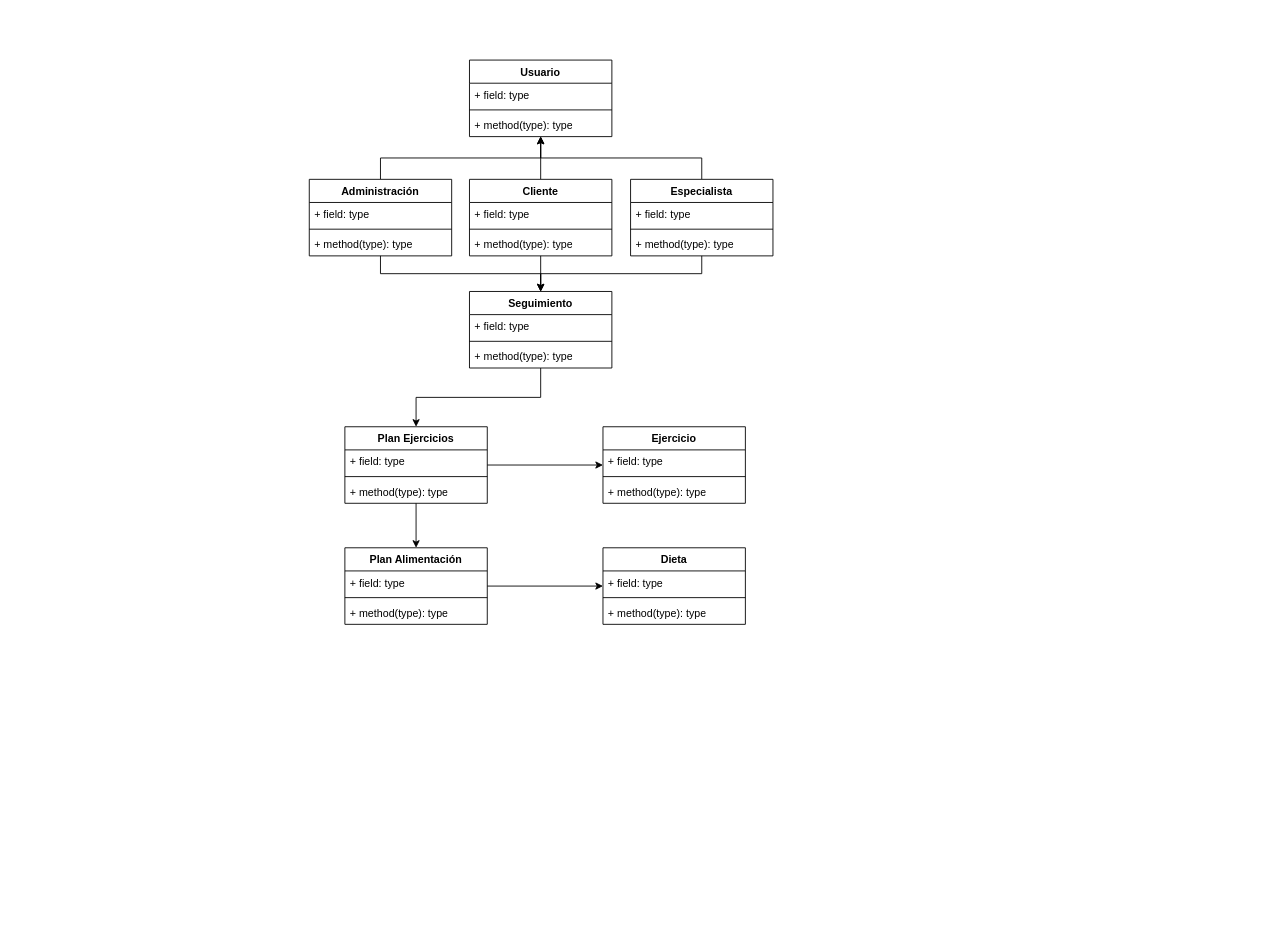
Above: Diagrama de clases.drawio in BrajovichFG/proyecto1 (draw.io), before the change. Source tidied: cells renumbered, new cells numbered last; positions are measured from the earlier drawing's top-left corner, leaving out a move shared by most shapes. Both pictures are drawn from the tidied source at 89%, with x=0, y=0 at pixel (309, 60).
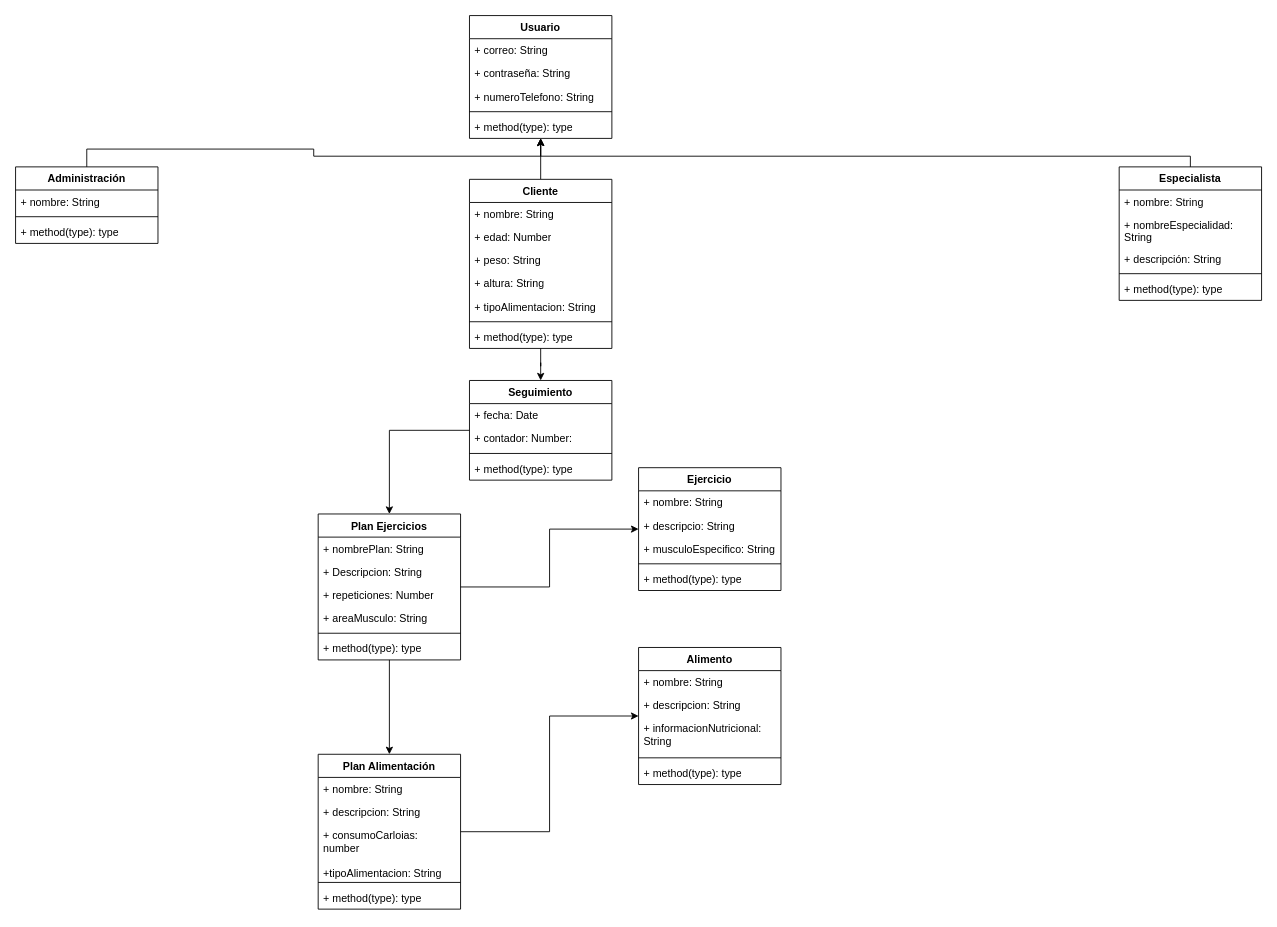
Above is the later version.

Diff of the diagram source:
```diff
@@
     <mxCell id="2" value="Usuario" style="swimlane;fontStyle=1;align=center;verticalAlign=top;horizontal=1;startSize=26;whiteSpace=wrap;html=1;" parent="1" vertex="1">
-      <mxGeometry x="180" width="160" height="86" as="geometry" />
+      <mxGeometry x="180" y="-50" width="160" height="138" as="geometry" />
     </mxCell>
-    <mxCell id="3" value="+ field: type" style="text;strokeColor=none;fillColor=none;align=left;verticalAlign=top;spacingLeft=4;spacingRight=4;overflow=hidden;whiteSpace=wrap;html=1;" parent="2" vertex="1">
+    <mxCell id="3" value="+ correo: String" style="text;strokeColor=none;fillColor=none;align=left;verticalAlign=top;spacingLeft=4;spacingRight=4;overflow=hidden;whiteSpace=wrap;html=1;" parent="2" vertex="1">
       <mxGeometry y="26" width="160" height="26" as="geometry" />
     </mxCell>
+    <mxCell id="48" value="+ contraseña: String" style="text;strokeColor=none;fillColor=none;align=left;verticalAlign=top;spacingLeft=4;spacingRight=4;overflow=hidden;whiteSpace=wrap;html=1;" parent="2" vertex="1">
+      <mxGeometry y="52" width="160" height="26" as="geometry" />
+    </mxCell>
+    <mxCell id="49" value="+ numeroTelefono: String" style="text;strokeColor=none;fillColor=none;align=left;verticalAlign=top;spacingLeft=4;spacingRight=4;overflow=hidden;whiteSpace=wrap;html=1;" parent="2" vertex="1">
+      <mxGeometry y="78" width="160" height="26" as="geometry" />
+    </mxCell>
     <mxCell id="4" style="line;strokeWidth=1;fillColor=none;align=left;verticalAlign=middle;spacingTop=-1;spacingLeft=3;spacingRight=3;labelPosition=right;strokeColor=inherit;" parent="2" vertex="1">
-      <mxGeometry y="52" width="160" height="8" as="geometry" />
+      <mxGeometry y="104" width="160" height="8" as="geometry" />
     </mxCell>
     <mxCell id="5" value="+ method(type): type" style="text;strokeColor=none;fillColor=none;align=left;verticalAlign=top;spacingLeft=4;spacingRight=4;overflow=hidden;whiteSpace=wrap;html=1;" parent="2" vertex="1">
-      <mxGeometry y="60" width="160" height="26" as="geometry" />
+      <mxGeometry y="112" width="160" height="26" as="geometry" />
     </mxCell>
@@
-    <mxCell id="7" style="edgeStyle=orthogonalEdgeStyle;rounded=0;jettySize=auto;html=1;entryX=0.5;entryY=0;entryDx=0;entryDy=0;" parent="1" edge="1" source="8" target="25">
-      <mxGeometry relative="1" as="geometry">
-        <Array as="points">
-          <mxPoint x="80" y="240" />
-          <mxPoint x="260" y="240" />
-        </Array>
-      </mxGeometry>
-    </mxCell>
     <mxCell id="8" value="Administración" style="swimlane;fontStyle=1;align=center;verticalAlign=top;horizontal=1;startSize=26;whiteSpace=wrap;html=1;" parent="1" vertex="1">
-      <mxGeometry y="134" width="160" height="86" as="geometry" />
+      <mxGeometry x="-330" y="120" width="160" height="86" as="geometry" />
     </mxCell>
-    <mxCell id="9" value="+ field: type" style="text;strokeColor=none;fillColor=none;align=left;verticalAlign=top;spacingLeft=4;spacingRight=4;overflow=hidden;whiteSpace=wrap;html=1;" parent="8" vertex="1">
+    <mxCell id="9" value="+ nombre: String" style="text;strokeColor=none;fillColor=none;align=left;verticalAlign=top;spacingLeft=4;spacingRight=4;overflow=hidden;whiteSpace=wrap;html=1;" parent="8" vertex="1">
       <mxGeometry y="26" width="160" height="26" as="geometry" />
     </mxCell>
@@
     <mxCell id="14" value="Cliente" style="swimlane;fontStyle=1;align=center;verticalAlign=top;horizontal=1;startSize=26;whiteSpace=wrap;html=1;" parent="1" vertex="1">
-      <mxGeometry x="180" y="134" width="160" height="86" as="geometry" />
+      <mxGeometry x="180" y="134" width="160" height="190" as="geometry" />
     </mxCell>
-    <mxCell id="15" value="+ field: type" style="text;strokeColor=none;fillColor=none;align=left;verticalAlign=top;spacingLeft=4;spacingRight=4;overflow=hidden;whiteSpace=wrap;html=1;" parent="14" vertex="1">
+    <mxCell id="15" value="+ nombre: String" style="text;strokeColor=none;fillColor=none;align=left;verticalAlign=top;spacingLeft=4;spacingRight=4;overflow=hidden;whiteSpace=wrap;html=1;" parent="14" vertex="1">
       <mxGeometry y="26" width="160" height="26" as="geometry" />
     </mxCell>
+    <mxCell id="50" value="+ edad: Number" style="text;strokeColor=none;fillColor=none;align=left;verticalAlign=top;spacingLeft=4;spacingRight=4;overflow=hidden;whiteSpace=wrap;html=1;" parent="14" vertex="1">
+      <mxGeometry y="52" width="160" height="26" as="geometry" />
+    </mxCell>
+    <mxCell id="51" value="+ peso: String" style="text;strokeColor=none;fillColor=none;align=left;verticalAlign=top;spacingLeft=4;spacingRight=4;overflow=hidden;whiteSpace=wrap;html=1;" parent="14" vertex="1">
+      <mxGeometry y="78" width="160" height="26" as="geometry" />
+    </mxCell>
+    <mxCell id="52" value="+ altura: String" style="text;strokeColor=none;fillColor=none;align=left;verticalAlign=top;spacingLeft=4;spacingRight=4;overflow=hidden;whiteSpace=wrap;html=1;" parent="14" vertex="1">
+      <mxGeometry y="104" width="160" height="26" as="geometry" />
+    </mxCell>
+    <mxCell id="53" value="+ tipoAlimentacion: String" style="text;strokeColor=none;fillColor=none;align=left;verticalAlign=top;spacingLeft=4;spacingRight=4;overflow=hidden;whiteSpace=wrap;html=1;" parent="14" vertex="1">
+      <mxGeometry y="130" width="160" height="26" as="geometry" />
+    </mxCell>
     <mxCell id="16" style="line;strokeWidth=1;fillColor=none;align=left;verticalAlign=middle;spacingTop=-1;spacingLeft=3;spacingRight=3;labelPosition=right;strokeColor=inherit;" parent="14" vertex="1">
-      <mxGeometry y="52" width="160" height="8" as="geometry" />
+      <mxGeometry y="156" width="160" height="8" as="geometry" />
     </mxCell>
     <mxCell id="17" value="+ method(type): type" style="text;strokeColor=none;fillColor=none;align=left;verticalAlign=top;spacingLeft=4;spacingRight=4;overflow=hidden;whiteSpace=wrap;html=1;" parent="14" vertex="1">
-      <mxGeometry y="60" width="160" height="26" as="geometry" />
+      <mxGeometry y="164" width="160" height="26" as="geometry" />
     </mxCell>
     <mxCell id="18" style="edgeStyle=orthogonalEdgeStyle;rounded=0;jettySize=auto;html=1;exitX=0.5;exitY=0;exitDx=0;exitDy=0;" parent="1" edge="1" source="20" target="2">
-      <mxGeometry relative="1" as="geometry" />
+      <mxGeometry relative="1" as="geometry">
+        <Array as="points">
+          <mxPoint x="990" y="108" />
+          <mxPoint x="260" y="108" />
+        </Array>
+      </mxGeometry>
     </mxCell>
-    <mxCell id="19" style="edgeStyle=orthogonalEdgeStyle;rounded=0;jettySize=auto;html=1;" parent="1" edge="1" source="20" target="25">
-      <mxGeometry relative="1" as="geometry">
-        <Array as="points">
-          <mxPoint x="441" y="240" />
-          <mxPoint x="260" y="240" />
-        </Array>
-      </mxGeometry>
-    </mxCell>
     <mxCell id="20" value="Especialista" style="swimlane;fontStyle=1;align=center;verticalAlign=top;horizontal=1;startSize=26;whiteSpace=wrap;html=1;" parent="1" vertex="1">
-      <mxGeometry x="361" y="134" width="160" height="86" as="geometry" />
+      <mxGeometry x="910" y="120" width="160" height="150" as="geometry" />
     </mxCell>
-    <mxCell id="21" value="+ field: type" style="text;strokeColor=none;fillColor=none;align=left;verticalAlign=top;spacingLeft=4;spacingRight=4;overflow=hidden;whiteSpace=wrap;html=1;" parent="20" vertex="1">
+    <mxCell id="21" value="+ nombre: String" style="text;strokeColor=none;fillColor=none;align=left;verticalAlign=top;spacingLeft=4;spacingRight=4;overflow=hidden;whiteSpace=wrap;html=1;" parent="20" vertex="1">
       <mxGeometry y="26" width="160" height="26" as="geometry" />
     </mxCell>
+    <mxCell id="54" value="+ nombreEspecialidad: String" style="text;strokeColor=none;fillColor=none;align=left;verticalAlign=top;spacingLeft=4;spacingRight=4;overflow=hidden;whiteSpace=wrap;html=1;" parent="20" vertex="1">
+      <mxGeometry y="52" width="160" height="38" as="geometry" />
+    </mxCell>
+    <mxCell id="55" value="+ descripción: String" style="text;strokeColor=none;fillColor=none;align=left;verticalAlign=top;spacingLeft=4;spacingRight=4;overflow=hidden;whiteSpace=wrap;html=1;" parent="20" vertex="1">
+      <mxGeometry y="90" width="160" height="26" as="geometry" />
+    </mxCell>
     <mxCell id="22" style="line;strokeWidth=1;fillColor=none;align=left;verticalAlign=middle;spacingTop=-1;spacingLeft=3;spacingRight=3;labelPosition=right;strokeColor=inherit;" parent="20" vertex="1">
-      <mxGeometry y="52" width="160" height="8" as="geometry" />
+      <mxGeometry y="116" width="160" height="8" as="geometry" />
     </mxCell>
     <mxCell id="23" value="+ method(type): type" style="text;strokeColor=none;fillColor=none;align=left;verticalAlign=top;spacingLeft=4;spacingRight=4;overflow=hidden;whiteSpace=wrap;html=1;" parent="20" vertex="1">
-      <mxGeometry y="60" width="160" height="26" as="geometry" />
+      <mxGeometry y="124" width="160" height="26" as="geometry" />
     </mxCell>
@@
     <mxCell id="25" value="Seguimiento" style="swimlane;fontStyle=1;align=center;verticalAlign=top;horizontal=1;startSize=26;whiteSpace=wrap;html=1;" parent="1" vertex="1">
-      <mxGeometry x="180" y="260" width="160" height="86" as="geometry" />
+      <mxGeometry x="180" y="360" width="160" height="112" as="geometry" />
     </mxCell>
-    <mxCell id="26" value="+ field: type" style="text;strokeColor=none;fillColor=none;align=left;verticalAlign=top;spacingLeft=4;spacingRight=4;overflow=hidden;whiteSpace=wrap;html=1;" parent="25" vertex="1">
+    <mxCell id="26" value="+ fecha: Date" style="text;strokeColor=none;fillColor=none;align=left;verticalAlign=top;spacingLeft=4;spacingRight=4;overflow=hidden;whiteSpace=wrap;html=1;" parent="25" vertex="1">
       <mxGeometry y="26" width="160" height="26" as="geometry" />
     </mxCell>
+    <mxCell id="56" value="+ contador: Number:&amp;nbsp;" style="text;strokeColor=none;fillColor=none;align=left;verticalAlign=top;spacingLeft=4;spacingRight=4;overflow=hidden;whiteSpace=wrap;html=1;" parent="25" vertex="1">
+      <mxGeometry y="52" width="160" height="26" as="geometry" />
+    </mxCell>
     <mxCell id="27" style="line;strokeWidth=1;fillColor=none;align=left;verticalAlign=middle;spacingTop=-1;spacingLeft=3;spacingRight=3;labelPosition=right;strokeColor=inherit;" parent="25" vertex="1">
-      <mxGeometry y="52" width="160" height="8" as="geometry" />
+      <mxGeometry y="78" width="160" height="8" as="geometry" />
     </mxCell>
     <mxCell id="28" value="+ method(type): type" style="text;strokeColor=none;fillColor=none;align=left;verticalAlign=top;spacingLeft=4;spacingRight=4;overflow=hidden;whiteSpace=wrap;html=1;" parent="25" vertex="1">
-      <mxGeometry y="60" width="160" height="26" as="geometry" />
+      <mxGeometry y="86" width="160" height="26" as="geometry" />
     </mxCell>
@@
     <mxCell id="31" value="Plan Ejercicios" style="swimlane;fontStyle=1;align=center;verticalAlign=top;horizontal=1;startSize=26;whiteSpace=wrap;html=1;" parent="1" vertex="1">
-      <mxGeometry x="40" y="412" width="160" height="86" as="geometry" />
+      <mxGeometry x="10" y="510" width="160" height="164" as="geometry" />
     </mxCell>
+    <mxCell id="57" value="+ nombrePlan: String" style="text;strokeColor=none;fillColor=none;align=left;verticalAlign=top;spacingLeft=4;spacingRight=4;overflow=hidden;whiteSpace=wrap;html=1;" parent="31" vertex="1">
+      <mxGeometry y="26" width="160" height="26" as="geometry" />
+    </mxCell>
+    <mxCell id="58" value="+ Descripcion: String" style="text;strokeColor=none;fillColor=none;align=left;verticalAlign=top;spacingLeft=4;spacingRight=4;overflow=hidden;whiteSpace=wrap;html=1;" parent="31" vertex="1">
+      <mxGeometry y="52" width="160" height="26" as="geometry" />
+    </mxCell>
-    <mxCell id="32" value="+ field: type" style="text;strokeColor=none;fillColor=none;align=left;verticalAlign=top;spacingLeft=4;spacingRight=4;overflow=hidden;whiteSpace=wrap;html=1;" parent="31" vertex="1">
-      <mxGeometry y="26" width="160" height="26" as="geometry" />
+    <mxCell id="32" value="+ repeticiones: Number" style="text;strokeColor=none;fillColor=none;align=left;verticalAlign=top;spacingLeft=4;spacingRight=4;overflow=hidden;whiteSpace=wrap;html=1;" parent="31" vertex="1">
+      <mxGeometry y="78" width="160" height="26" as="geometry" />
     </mxCell>
+    <mxCell id="59" value="+ areaMusculo: String" style="text;strokeColor=none;fillColor=none;align=left;verticalAlign=top;spacingLeft=4;spacingRight=4;overflow=hidden;whiteSpace=wrap;html=1;" parent="31" vertex="1">
+      <mxGeometry y="104" width="160" height="26" as="geometry" />
+    </mxCell>
     <mxCell id="33" style="line;strokeWidth=1;fillColor=none;align=left;verticalAlign=middle;spacingTop=-1;spacingLeft=3;spacingRight=3;labelPosition=right;strokeColor=inherit;" parent="31" vertex="1">
-      <mxGeometry y="52" width="160" height="8" as="geometry" />
+      <mxGeometry y="130" width="160" height="8" as="geometry" />
     </mxCell>
     <mxCell id="34" value="+ method(type): type" style="text;strokeColor=none;fillColor=none;align=left;verticalAlign=top;spacingLeft=4;spacingRight=4;overflow=hidden;whiteSpace=wrap;html=1;" parent="31" vertex="1">
-      <mxGeometry y="60" width="160" height="26" as="geometry" />
+      <mxGeometry y="138" width="160" height="26" as="geometry" />
     </mxCell>
@@
     <mxCell id="36" value="Plan Alimentación" style="swimlane;fontStyle=1;align=center;verticalAlign=top;horizontal=1;startSize=26;whiteSpace=wrap;html=1;" parent="1" vertex="1">
-      <mxGeometry x="40" y="548" width="160" height="86" as="geometry" />
+      <mxGeometry x="10" y="780" width="160" height="174" as="geometry" />
     </mxCell>
-    <mxCell id="37" value="+ field: type" style="text;strokeColor=none;fillColor=none;align=left;verticalAlign=top;spacingLeft=4;spacingRight=4;overflow=hidden;whiteSpace=wrap;html=1;" parent="36" vertex="1">
+    <mxCell id="37" value="+ nombre: String" style="text;strokeColor=none;fillColor=none;align=left;verticalAlign=top;spacingLeft=4;spacingRight=4;overflow=hidden;whiteSpace=wrap;html=1;" parent="36" vertex="1">
       <mxGeometry y="26" width="160" height="26" as="geometry" />
     </mxCell>
+    <mxCell id="60" value="+ descripcion: String" style="text;strokeColor=none;fillColor=none;align=left;verticalAlign=top;spacingLeft=4;spacingRight=4;overflow=hidden;whiteSpace=wrap;html=1;" parent="36" vertex="1">
+      <mxGeometry y="52" width="160" height="26" as="geometry" />
+    </mxCell>
+    <mxCell id="61" value="+ consumoCarloias: number" style="text;strokeColor=none;fillColor=none;align=left;verticalAlign=top;spacingLeft=4;spacingRight=4;overflow=hidden;whiteSpace=wrap;html=1;" parent="36" vertex="1">
+      <mxGeometry y="78" width="160" height="42" as="geometry" />
+    </mxCell>
+    <mxCell id="62" value="+tipoAlimentacion: String" style="text;strokeColor=none;fillColor=none;align=left;verticalAlign=top;spacingLeft=4;spacingRight=4;overflow=hidden;whiteSpace=wrap;html=1;" parent="36" vertex="1">
+      <mxGeometry y="120" width="160" height="20" as="geometry" />
+    </mxCell>
     <mxCell id="38" style="line;strokeWidth=1;fillColor=none;align=left;verticalAlign=middle;spacingTop=-1;spacingLeft=3;spacingRight=3;labelPosition=right;strokeColor=inherit;" parent="36" vertex="1">
-      <mxGeometry y="52" width="160" height="8" as="geometry" />
+      <mxGeometry y="140" width="160" height="8" as="geometry" />
     </mxCell>
     <mxCell id="39" value="+ method(type): type" style="text;strokeColor=none;fillColor=none;align=left;verticalAlign=top;spacingLeft=4;spacingRight=4;overflow=hidden;whiteSpace=wrap;html=1;" parent="36" vertex="1">
-      <mxGeometry y="60" width="160" height="26" as="geometry" />
+      <mxGeometry y="148" width="160" height="26" as="geometry" />
     </mxCell>
     <mxCell id="40" value="Ejercicio" style="swimlane;fontStyle=1;align=center;verticalAlign=top;horizontal=1;startSize=26;whiteSpace=wrap;html=1;" parent="1" vertex="1">
-      <mxGeometry x="330" y="412" width="160" height="86" as="geometry" />
+      <mxGeometry x="370" y="458" width="160" height="138" as="geometry" />
     </mxCell>
-    <mxCell id="41" value="+ field: type" style="text;strokeColor=none;fillColor=none;align=left;verticalAlign=top;spacingLeft=4;spacingRight=4;overflow=hidden;whiteSpace=wrap;html=1;" parent="40" vertex="1">
+    <mxCell id="41" value="+ nombre: String" style="text;strokeColor=none;fillColor=none;align=left;verticalAlign=top;spacingLeft=4;spacingRight=4;overflow=hidden;whiteSpace=wrap;html=1;" parent="40" vertex="1">
       <mxGeometry y="26" width="160" height="26" as="geometry" />
     </mxCell>
+    <mxCell id="63" value="+ descripcio: String" style="text;strokeColor=none;fillColor=none;align=left;verticalAlign=top;spacingLeft=4;spacingRight=4;overflow=hidden;whiteSpace=wrap;html=1;" parent="40" vertex="1">
+      <mxGeometry y="52" width="160" height="26" as="geometry" />
+    </mxCell>
+    <mxCell id="64" value="+ musculoEspecifico: String" style="text;strokeColor=none;fillColor=none;align=left;verticalAlign=top;spacingLeft=4;spacingRight=4;overflow=hidden;whiteSpace=wrap;html=1;" parent="40" vertex="1">
+      <mxGeometry y="78" width="160" height="26" as="geometry" />
+    </mxCell>
     <mxCell id="42" style="line;strokeWidth=1;fillColor=none;align=left;verticalAlign=middle;spacingTop=-1;spacingLeft=3;spacingRight=3;labelPosition=right;strokeColor=inherit;" parent="40" vertex="1">
-      <mxGeometry y="52" width="160" height="8" as="geometry" />
+      <mxGeometry y="104" width="160" height="8" as="geometry" />
     </mxCell>
     <mxCell id="43" value="+ method(type): type" style="text;strokeColor=none;fillColor=none;align=left;verticalAlign=top;spacingLeft=4;spacingRight=4;overflow=hidden;whiteSpace=wrap;html=1;" parent="40" vertex="1">
-      <mxGeometry y="60" width="160" height="26" as="geometry" />
+      <mxGeometry y="112" width="160" height="26" as="geometry" />
     </mxCell>
-    <mxCell id="44" value="Dieta" style="swimlane;fontStyle=1;align=center;verticalAlign=top;horizontal=1;startSize=26;whiteSpace=wrap;html=1;" parent="1" vertex="1">
-      <mxGeometry x="330" y="548" width="160" height="86" as="geometry" />
+    <mxCell id="44" value="Alimento" style="swimlane;fontStyle=1;align=center;verticalAlign=top;horizontal=1;startSize=26;whiteSpace=wrap;html=1;" parent="1" vertex="1">
+      <mxGeometry x="370" y="660" width="160" height="154" as="geometry" />
     </mxCell>
-    <mxCell id="45" value="+ field: type" style="text;strokeColor=none;fillColor=none;align=left;verticalAlign=top;spacingLeft=4;spacingRight=4;overflow=hidden;whiteSpace=wrap;html=1;" parent="44" vertex="1">
+    <mxCell id="45" value="+ nombre: String" style="text;strokeColor=none;fillColor=none;align=left;verticalAlign=top;spacingLeft=4;spacingRight=4;overflow=hidden;whiteSpace=wrap;html=1;" parent="44" vertex="1">
       <mxGeometry y="26" width="160" height="26" as="geometry" />
     </mxCell>
+    <mxCell id="65" value="+ descripcion: String" style="text;strokeColor=none;fillColor=none;align=left;verticalAlign=top;spacingLeft=4;spacingRight=4;overflow=hidden;whiteSpace=wrap;html=1;" parent="44" vertex="1">
+      <mxGeometry y="52" width="160" height="26" as="geometry" />
+    </mxCell>
+    <mxCell id="66" value="+ informacionNutricional: String" style="text;strokeColor=none;fillColor=none;align=left;verticalAlign=top;spacingLeft=4;spacingRight=4;overflow=hidden;whiteSpace=wrap;html=1;" parent="44" vertex="1">
+      <mxGeometry y="78" width="160" height="42" as="geometry" />
+    </mxCell>
     <mxCell id="46" style="line;strokeWidth=1;fillColor=none;align=left;verticalAlign=middle;spacingTop=-1;spacingLeft=3;spacingRight=3;labelPosition=right;strokeColor=inherit;" parent="44" vertex="1">
-      <mxGeometry y="52" width="160" height="8" as="geometry" />
+      <mxGeometry y="120" width="160" height="8" as="geometry" />
     </mxCell>
     <mxCell id="47" value="+ method(type): type" style="text;strokeColor=none;fillColor=none;align=left;verticalAlign=top;spacingLeft=4;spacingRight=4;overflow=hidden;whiteSpace=wrap;html=1;" parent="44" vertex="1">
-      <mxGeometry y="60" width="160" height="26" as="geometry" />
+      <mxGeometry y="128" width="160" height="26" as="geometry" />
     </mxCell>
```
